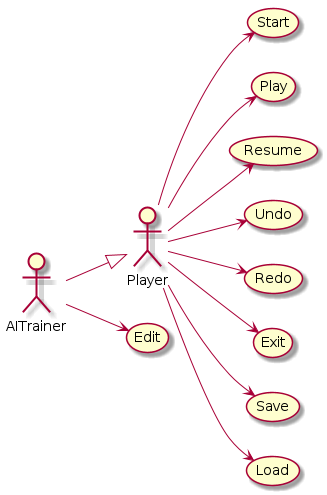
Before: docs/output/UseCases.png, a diagram exported from PlantUML (Master-Desarrollo-20-21/patrones-diseno---practica-final---juego-de-las-damas-fraylopez).
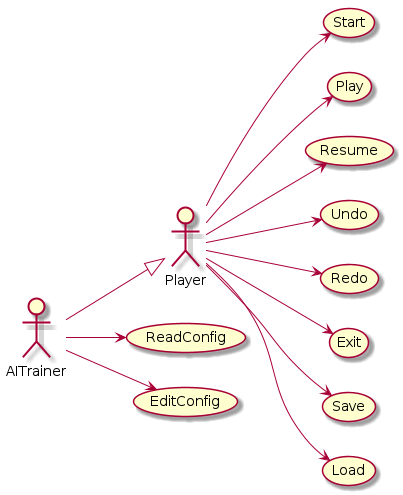
After the commit.

Change to the diagram source:
```diff
@@ -14,7 +14,8 @@
 usecase Save
 usecase Load
 
-usecase Edit
+usecase ReadConfig
+usecase EditConfig
 
 Player --> Start
 Player --> Play
@@ -25,5 +26,6 @@
 Player --> Resume
 Player --> Load
 
-AITrainer --> Edit
+AITrainer --> ReadConfig
+AITrainer --> EditConfig
 @enduml
```
